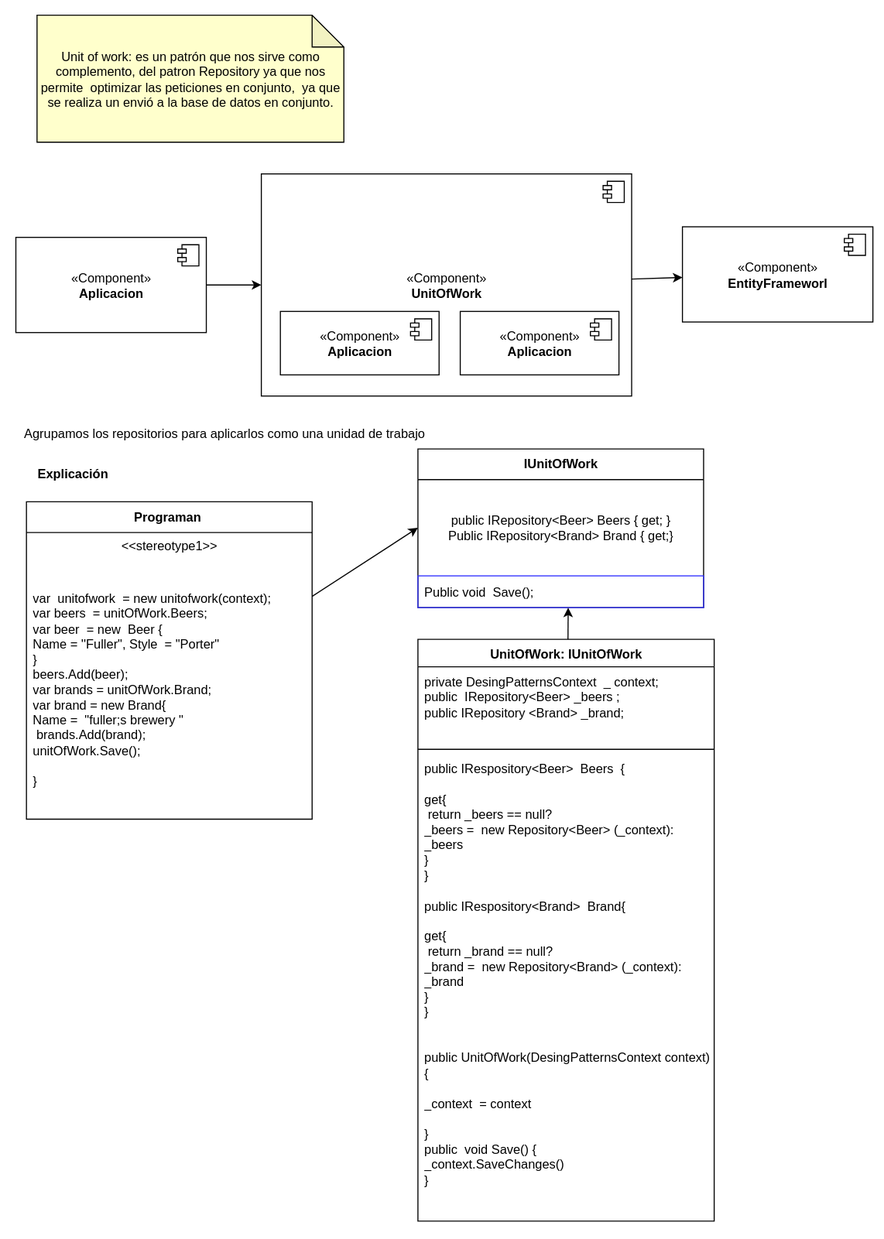
The draw.io diagram DocumentacionObsidian/UnitOfWork.svg in Psyduck8520/Design-Patterns, before a commit. Source tidied: cells renumbered, new cells last; positions are measured from the earlier drawing's top-left corner, leaving out a move shared by most shapes.
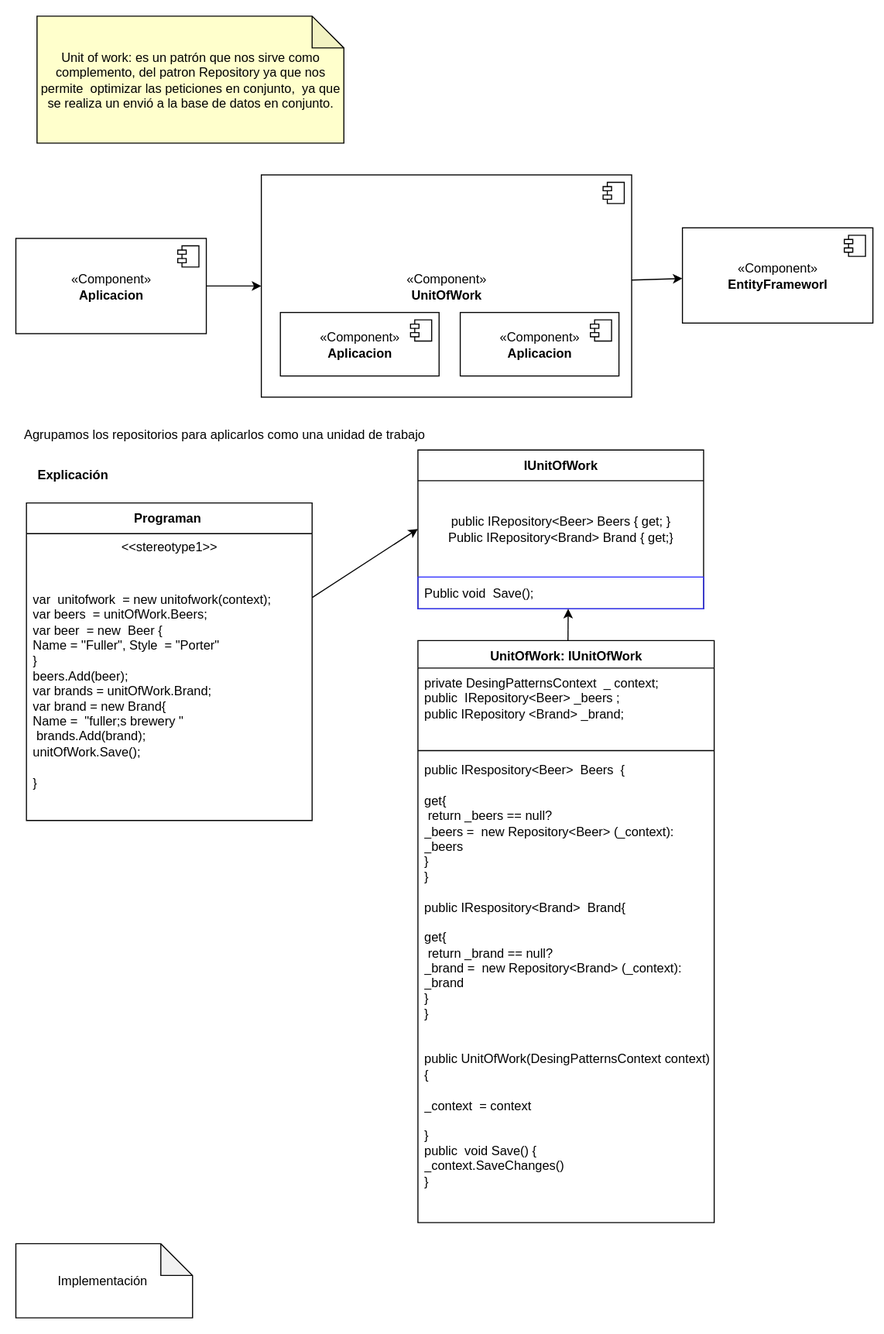
After the commit.

Commit message:
Arreglo front . finalizacion  Unit of work  con 2 tablas

Change to the diagram source:
```diff
@@ -93,5 +93,8 @@
     <mxCell id="28" style="edgeStyle=none;html=1;entryX=0.526;entryY=1.001;entryDx=0;entryDy=0;entryPerimeter=0;" parent="1" edge="1" source="24" target="22">
       <mxGeometry relative="1" as="geometry" />
     </mxCell>
+    <mxCell id="29" value="Implementación&amp;nbsp;" style="shape=note;whiteSpace=wrap;html=1;backgroundOutline=1;darkOpacity=0.05;" parent="1" vertex="1">
+      <mxGeometry x="5" y="1160" width="167" height="70" as="geometry" />
+    </mxCell>
   </root>
 </mxGraphModel>
```
